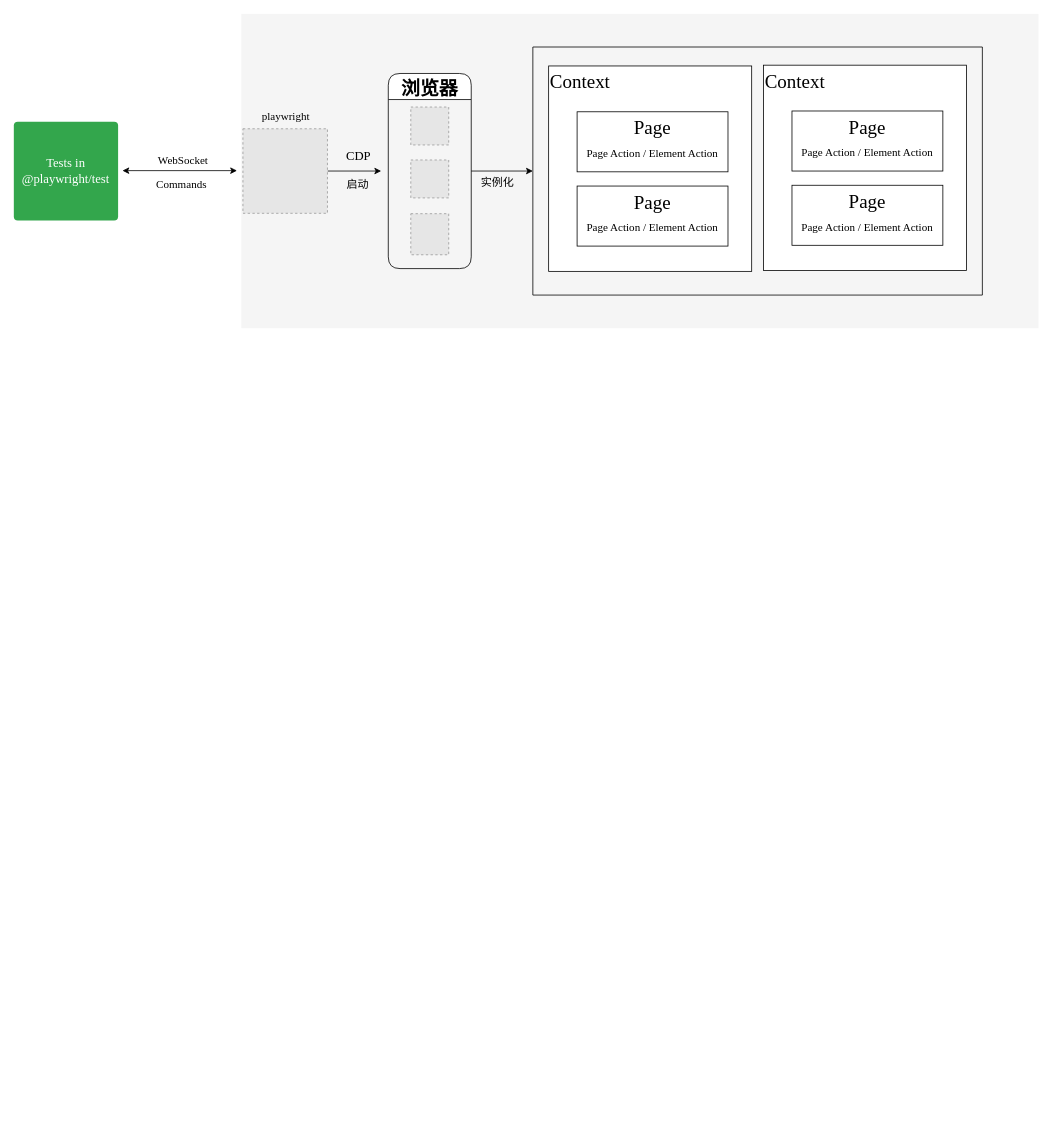
hangboss1761/front-end-testing-share keeps this draw.io diagram as docs/component-testing/drawio.drawio. Above is the earlier version. Source tidied: cells renumbered, new cells numbered last; positions are measured from the earlier drawing's top-left corner, leaving out a move shared by most shapes. Both pictures are drawn from the tidied source at 79%, with x=0, y=0 at pixel (13, 13). Pictures stored in the file or linked from it are replaced by grey dashed boxes.
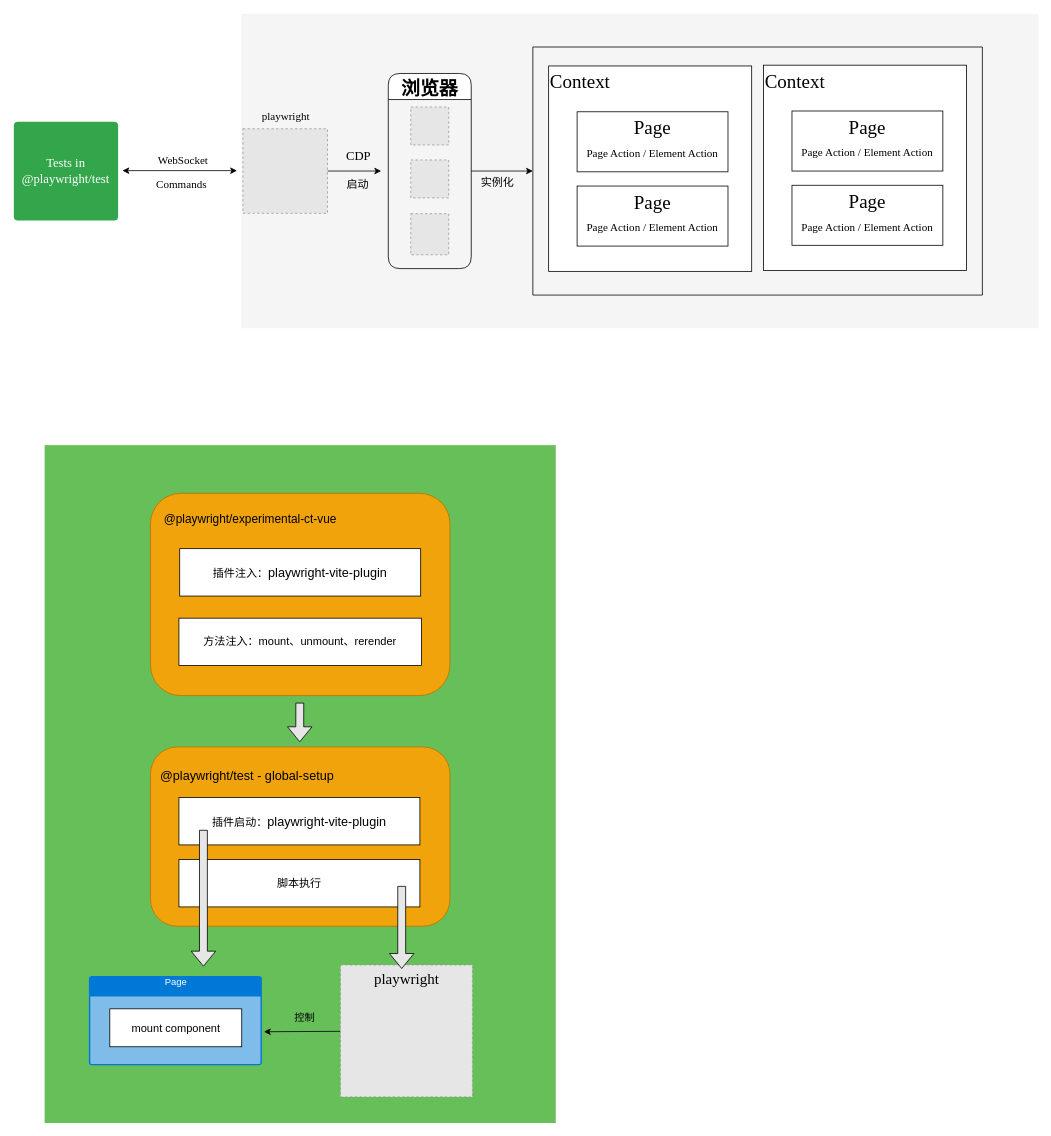
The same diagram, later.

Diff of the diagram source:
```diff
@@
+    <mxCell id="25" style="rounded=0;whiteSpace=wrap;html=1;labelBackgroundColor=none;fontFamily=Helvetica;fontSize=13;fontColor=#000000;fillColor=#67BF5A;strokeColor=none;" parent="1" vertex="1">
+      <mxGeometry x="39" y="546" width="647" height="858" as="geometry" />
+    </mxCell>
+    <mxCell id="26" style="rounded=1;whiteSpace=wrap;html=1;labelBackgroundColor=#FFFFFF;fontFamily=Helvetica;fontSize=14;fontColor=#000000;fillColor=#f0a30a;strokeColor=#BD7000;" parent="1" vertex="1">
+      <mxGeometry x="173" y="607" width="379" height="256" as="geometry" />
+    </mxCell>
@@
+    <mxCell id="27" style="edgeStyle=none;html=1;fontFamily=Helvetica;fontSize=13;fontColor=#000000;fillColor=#E6E6E6;" parent="1" edge="1" source="28">
+      <mxGeometry relative="1" as="geometry">
+        <mxPoint x="316.6" y="1288.5" as="targetPoint" />
+      </mxGeometry>
+    </mxCell>
+    <mxCell id="28" style="fillColor=#E6E6E6;strokeColor=#999999;dashed=1;verticalLabelPosition=bottom;labelBackgroundColor=#ffffff;verticalAlign=top;" parent="1" vertex="1">
+      <mxGeometry x="413.5" y="1204" width="167" height="167" as="geometry" />
+    </mxCell>
+    <mxCell id="29" value="playwright" style="text;html=1;align=center;verticalAlign=middle;strokeColor=none;fillColor=none;fontSize=19;fontFamily=Times New Roman;fontColor=default;" parent="1" vertex="1">
+      <mxGeometry x="451" y="1209" width="92" height="27" as="geometry" />
+    </mxCell>
+    <mxCell id="30" value="@playwright/experimental-ct-vue" style="text;html=1;align=center;verticalAlign=middle;strokeColor=none;fillColor=none;fontSize=15;fontFamily=Helvetica;fontColor=#000000;labelBackgroundColor=none;" parent="1" vertex="1">
+      <mxGeometry x="184" y="628" width="229" height="22" as="geometry" />
+    </mxCell>
+    <mxCell id="31" value="插件注入：&lt;span style=&quot;font-size: 16px;&quot;&gt;playwright-vite-plugin&lt;/span&gt;" style="rounded=0;whiteSpace=wrap;html=1;labelBackgroundColor=#FFFFFF;fontFamily=Helvetica;fontSize=14;fontColor=#000000;" parent="1" vertex="1">
+      <mxGeometry x="210" y="677" width="305" height="60" as="geometry" />
+    </mxCell>
+    <mxCell id="32" value="方法注入：mount、unmount、rerender" style="rounded=0;whiteSpace=wrap;html=1;labelBackgroundColor=#FFFFFF;fontFamily=Helvetica;fontSize=14;fontColor=#000000;" parent="1" vertex="1">
+      <mxGeometry x="209" y="765" width="307" height="60" as="geometry" />
+    </mxCell>
+    <mxCell id="33" style="rounded=1;whiteSpace=wrap;html=1;labelBackgroundColor=#FFFFFF;fontFamily=Helvetica;fontSize=14;fontColor=#000000;fillColor=#f0a30a;strokeColor=#BD7000;" parent="1" vertex="1">
+      <mxGeometry x="173" y="928" width="379" height="227" as="geometry" />
+    </mxCell>
+    <mxCell id="34" value="&lt;div style=&quot;font-size: 16px ; line-height: 24px&quot;&gt;&lt;span&gt;@playwright/test - global-setup&lt;/span&gt;&lt;/div&gt;" style="text;html=1;align=center;verticalAlign=middle;strokeColor=none;fillColor=none;fontSize=14;fontFamily=Helvetica;fontColor=#000000;labelBackgroundColor=none;" parent="1" vertex="1">
+      <mxGeometry x="180" y="950" width="230" height="28" as="geometry" />
+    </mxCell>
+    <mxCell id="35" value="插件启动：&lt;span style=&quot;font-size: 16px;&quot;&gt;playwright-vite-plugin&lt;/span&gt;" style="rounded=0;whiteSpace=wrap;html=1;labelBackgroundColor=#FFFFFF;fontFamily=Helvetica;fontSize=14;fontColor=#000000;" parent="1" vertex="1">
+      <mxGeometry x="209" y="992" width="305" height="60" as="geometry" />
+    </mxCell>
+    <mxCell id="36" value="Page" style="html=1;strokeColor=none;fillColor=#0079D6;labelPosition=center;verticalLabelPosition=middle;verticalAlign=top;align=center;fontSize=12;spacingTop=-6;fontColor=#FFFFFF;sketch=0;shape=mxgraph.sitemap.page;rounded=1;labelBackgroundColor=none;fontFamily=Helvetica;" parent="1" vertex="1">
+      <mxGeometry x="95" y="1218" width="219" height="113" as="geometry" />
+    </mxCell>
+    <mxCell id="37" value="mount component" style="rounded=0;whiteSpace=wrap;html=1;labelBackgroundColor=#FFFFFF;fontFamily=Helvetica;fontSize=14;fontColor=#000000;" parent="1" vertex="1">
+      <mxGeometry x="121.5" y="1259.5" width="167" height="48" as="geometry" />
+    </mxCell>
+    <mxCell id="38" value="脚本执行" style="rounded=0;whiteSpace=wrap;html=1;labelBackgroundColor=#FFFFFF;fontFamily=Helvetica;fontSize=14;fontColor=#000000;" parent="1" vertex="1">
+      <mxGeometry x="209" y="1070.5" width="305" height="60" as="geometry" />
+    </mxCell>
+    <mxCell id="39" style="shape=flexArrow;endArrow=classic;html=1;fontFamily=Helvetica;fontSize=26;fontColor=#000000;fillColor=#E6E6E6;" parent="1" edge="1">
+      <mxGeometry relative="1" as="geometry">
+        <mxPoint x="362" y="872" as="sourcePoint" />
+        <mxPoint x="361.9" y="922" as="targetPoint" />
+      </mxGeometry>
+    </mxCell>
+    <mxCell id="40" style="shape=flexArrow;endArrow=classic;html=1;fontFamily=Helvetica;fontSize=26;fontColor=#000000;fillColor=#E6E6E6;" parent="1" edge="1">
+      <mxGeometry relative="1" as="geometry">
+        <mxPoint x="240" y="1033" as="sourcePoint" />
+        <mxPoint x="240" y="1206" as="targetPoint" />
+      </mxGeometry>
+    </mxCell>
+    <mxCell id="41" style="shape=flexArrow;endArrow=classic;html=1;fontFamily=Helvetica;fontSize=26;fontColor=#000000;fillColor=#E6E6E6;" parent="1" edge="1">
+      <mxGeometry relative="1" as="geometry">
+        <mxPoint x="491" y="1104" as="sourcePoint" />
+        <mxPoint x="491" y="1209" as="targetPoint" />
+      </mxGeometry>
+    </mxCell>
+    <mxCell id="42" value="控制" style="text;html=1;align=center;verticalAlign=middle;strokeColor=none;fillColor=none;fontSize=13;fontFamily=Helvetica;fontColor=#000000;" parent="1" vertex="1">
+      <mxGeometry x="350" y="1259.5" width="36" height="20" as="geometry" />
+    </mxCell>
```
